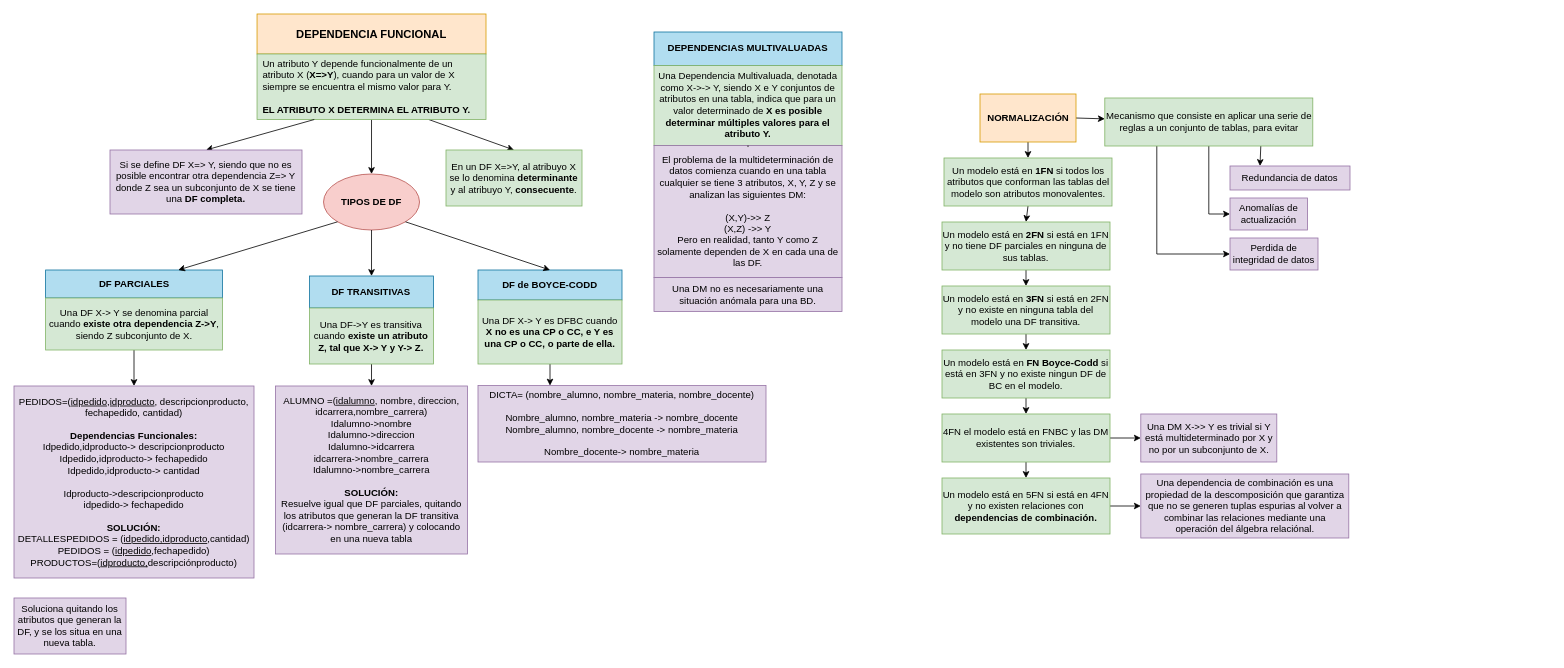
Before: page "Normalización y Dependencias Funcionales" (6 of 7) of Diagrama-resumen.drawio in senras/DBD, a draw.io diagram. Source tidied: cells renumbered, new cells numbered last; positions are measured from the earlier drawing's top-left corner, leaving out a move shared by most shapes. Both pictures are drawn from the tidied source at 80%, with x=0, y=0 at pixel (14, 14).
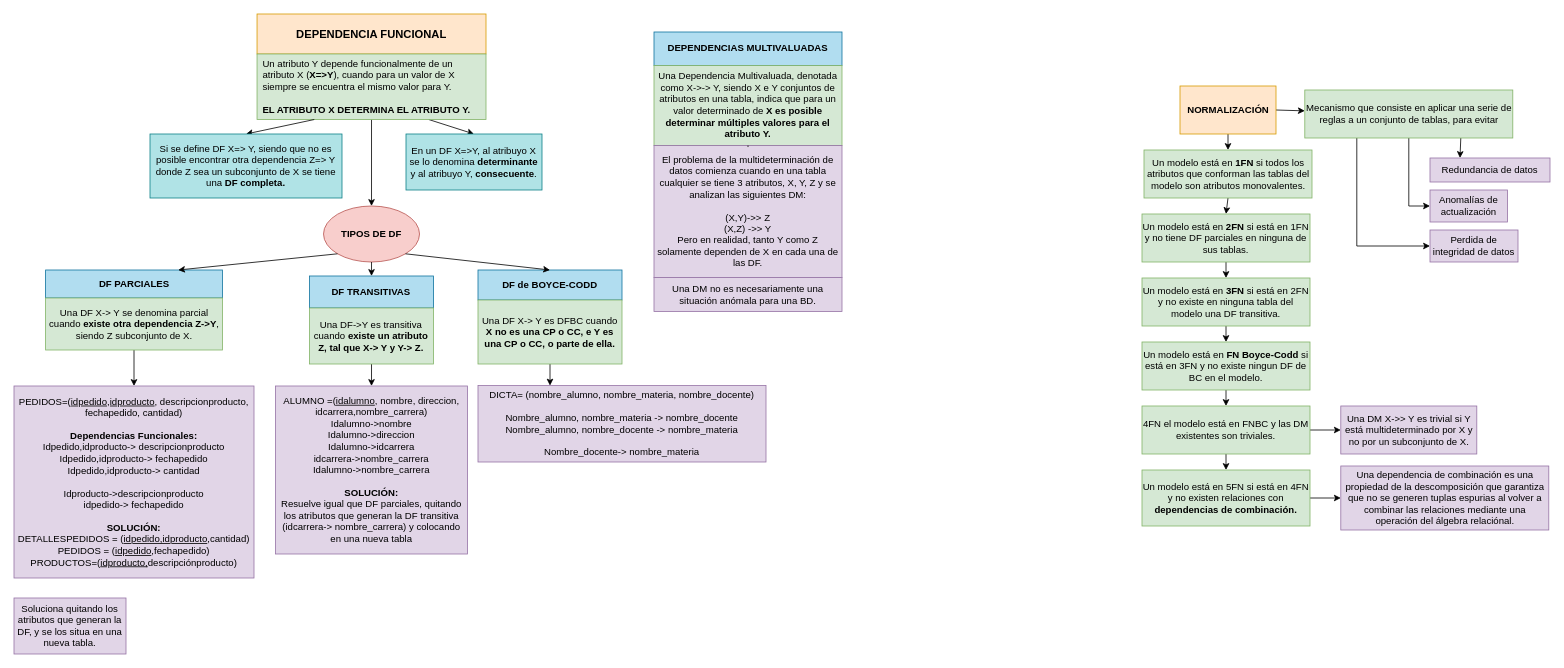
The same diagram, later.

The edit, as a diff of the source:
```diff
@@
     <mxCell id="4" value="&lt;b&gt;NORMALIZACIÓN&lt;/b&gt;" style="rounded=0;whiteSpace=wrap;html=1;fillColor=#ffe6cc;strokeColor=#d79b00;" parent="1" vertex="1">
-      <mxGeometry x="1207.5" y="100" width="120" height="60" as="geometry" />
+      <mxGeometry x="1457.5" y="90" width="120" height="60" as="geometry" />
     </mxCell>
@@
     <mxCell id="8" value="Mecanismo que consiste en aplicar una serie de reglas a un conjunto de tablas, para evitar" style="text;html=1;strokeColor=#82b366;fillColor=#d5e8d4;align=center;verticalAlign=middle;whiteSpace=wrap;rounded=0;" parent="1" vertex="1">
-      <mxGeometry x="1363.5" y="105" width="260" height="60" as="geometry" />
+      <mxGeometry x="1613.5" y="95" width="260" height="60" as="geometry" />
     </mxCell>
@@
     <mxCell id="19" value="Perdida de integridad de datos" style="rounded=0;whiteSpace=wrap;html=1;fillColor=#e1d5e7;strokeColor=#9673a6;" parent="1" vertex="1">
-      <mxGeometry x="1520" y="280" width="110" height="40" as="geometry" />
+      <mxGeometry x="1770" y="270" width="110" height="40" as="geometry" />
     </mxCell>
     <mxCell id="20" value="Anomalías de actualización" style="rounded=0;whiteSpace=wrap;html=1;fillColor=#e1d5e7;strokeColor=#9673a6;" parent="1" vertex="1">
-      <mxGeometry x="1520" y="230" width="97" height="40" as="geometry" />
+      <mxGeometry x="1770" y="220" width="97" height="40" as="geometry" />
     </mxCell>
     <mxCell id="21" value="Redundancia de datos" style="rounded=0;whiteSpace=wrap;html=1;fillColor=#e1d5e7;strokeColor=#9673a6;" parent="1" vertex="1">
-      <mxGeometry x="1520" y="190" width="150" height="30" as="geometry" />
+      <mxGeometry x="1770" y="180" width="150" height="30" as="geometry" />
     </mxCell>
     <mxCell id="22" value="&lt;b&gt;TIPOS DE DF&lt;/b&gt;" style="ellipse;whiteSpace=wrap;html=1;fillColor=#f8cecc;strokeColor=#b85450;" parent="1" vertex="1">
-      <mxGeometry x="386.9" y="200" width="120" height="70" as="geometry" />
+      <mxGeometry x="386.9" y="240" width="120" height="70" as="geometry" />
     </mxCell>
@@
-    <mxCell id="27" value="En un DF X=&amp;gt;Y, al atribuyo X se lo denomina &lt;b&gt;determinante &lt;/b&gt;y al atribuyo Y, &lt;b&gt;consecuente&lt;/b&gt;." style="rounded=0;whiteSpace=wrap;html=1;fillColor=#d5e8d4;strokeColor=#82b366;" parent="1" vertex="1">
-      <mxGeometry x="540" y="170" width="170" height="70" as="geometry" />
+    <mxCell id="27" value="En un DF X=&amp;gt;Y, al atribuyo X se lo denomina &lt;b&gt;determinante &lt;/b&gt;y al atribuyo Y, &lt;b&gt;consecuente&lt;/b&gt;." style="rounded=0;whiteSpace=wrap;html=1;fillColor=#b0e3e6;strokeColor=#0e8088;" parent="1" vertex="1">
+      <mxGeometry x="490" y="150" width="170" height="70" as="geometry" />
     </mxCell>
-    <mxCell id="28" value="Si se define DF X=&amp;gt; Y, siendo que no es posible encontrar otra dependencia Z=&amp;gt; Y donde Z sea un subconjunto de X se tiene una&amp;nbsp;&lt;b&gt;DF completa.&lt;/b&gt;&lt;b&gt;&lt;br&gt;&lt;/b&gt;" style="rounded=0;whiteSpace=wrap;html=1;fillColor=#e1d5e7;strokeColor=#9673a6;" parent="1" vertex="1">
-      <mxGeometry x="120" y="170" width="240" height="80" as="geometry" />
+    <mxCell id="28" value="Si se define DF X=&amp;gt; Y, siendo que no es posible encontrar otra dependencia Z=&amp;gt; Y donde Z sea un subconjunto de X se tiene una&amp;nbsp;&lt;b&gt;DF completa.&lt;/b&gt;&lt;b&gt;&lt;br&gt;&lt;/b&gt;" style="rounded=0;whiteSpace=wrap;html=1;fillColor=#b0e3e6;strokeColor=#0e8088;" parent="1" vertex="1">
+      <mxGeometry x="170" y="150" width="240" height="80" as="geometry" />
     </mxCell>
@@
     <mxCell id="39" value="Un modelo está en &lt;b&gt;1FN &lt;/b&gt;si todos los atributos que conforman las tablas del modelo son atributos monovalentes." style="rounded=0;whiteSpace=wrap;html=1;fillColor=#d5e8d4;strokeColor=#82b366;" parent="1" vertex="1">
-      <mxGeometry x="1162.5" y="180" width="210" height="60" as="geometry" />
+      <mxGeometry x="1412.5" y="170" width="210" height="60" as="geometry" />
     </mxCell>
@@
     <mxCell id="41" value="Un modelo está en &lt;b&gt;2FN &lt;/b&gt;si está en 1FN y no tiene DF parciales en ninguna de sus tablas." style="rounded=0;whiteSpace=wrap;html=1;fillColor=#d5e8d4;strokeColor=#82b366;" parent="1" vertex="1">
-      <mxGeometry x="1160" y="260" width="210" height="60" as="geometry" />
+      <mxGeometry x="1410" y="250" width="210" height="60" as="geometry" />
     </mxCell>
@@
     <mxCell id="44" value="Un modelo está en &lt;b&gt;3FN&lt;/b&gt;&amp;nbsp;si está en 2FN y no existe en ninguna tabla del modelo una DF transitiva." style="rounded=0;whiteSpace=wrap;html=1;fillColor=#d5e8d4;strokeColor=#82b366;" parent="1" vertex="1">
-      <mxGeometry x="1160" y="340" width="210" height="60" as="geometry" />
+      <mxGeometry x="1410" y="330" width="210" height="60" as="geometry" />
     </mxCell>
@@
     <mxCell id="46" value="Un modelo está en &lt;b&gt;FN Boyce-Codd&lt;/b&gt; si está en 3FN y no existe ningun DF de BC en el modelo." style="rounded=0;whiteSpace=wrap;html=1;fillColor=#d5e8d4;strokeColor=#82b366;" parent="1" vertex="1">
-      <mxGeometry x="1160" y="420" width="210" height="60" as="geometry" />
+      <mxGeometry x="1410" y="410" width="210" height="60" as="geometry" />
     </mxCell>
@@
     <mxCell id="50" value="4FN el modelo está en FNBC y las DM existentes son triviales." style="rounded=0;whiteSpace=wrap;html=1;fillColor=#d5e8d4;strokeColor=#82b366;" parent="1" vertex="1">
-      <mxGeometry x="1160" y="500" width="210" height="60" as="geometry" />
+      <mxGeometry x="1410" y="490" width="210" height="60" as="geometry" />
     </mxCell>
     <mxCell id="51" value="Una DM X-&amp;gt;&amp;gt; Y es trivial si Y está multideterminado por X y no por un subconjunto de X." style="rounded=0;whiteSpace=wrap;html=1;fillColor=#e1d5e7;strokeColor=#9673a6;" parent="1" vertex="1">
-      <mxGeometry x="1408.5" y="500" width="170" height="60" as="geometry" />
+      <mxGeometry x="1658.5" y="490" width="170" height="60" as="geometry" />
     </mxCell>
@@
     <mxCell id="53" value="&lt;div&gt;Un modelo está en 5FN si está en 4FN y no existen relaciones con &lt;b&gt;dependencias de combinación.&lt;/b&gt;&lt;/div&gt;" style="rounded=0;whiteSpace=wrap;html=1;fillColor=#d5e8d4;strokeColor=#82b366;" parent="1" vertex="1">
-      <mxGeometry x="1160" y="580" width="210" height="70" as="geometry" />
+      <mxGeometry x="1410" y="570" width="210" height="70" as="geometry" />
     </mxCell>
     <mxCell id="54" value="&lt;span&gt;Una dependencia de combinación es una propiedad de la descomposición que garantiza que no se generen tuplas espurias al volver a combinar las relaciones mediante una operación del álgebra relaciónal.&lt;/span&gt;" style="rounded=0;whiteSpace=wrap;html=1;fillColor=#e1d5e7;strokeColor=#9673a6;" parent="1" vertex="1">
-      <mxGeometry x="1408.5" y="575" width="260" height="80" as="geometry" />
+      <mxGeometry x="1658.5" y="565" width="260" height="80" as="geometry" />
     </mxCell>
```
